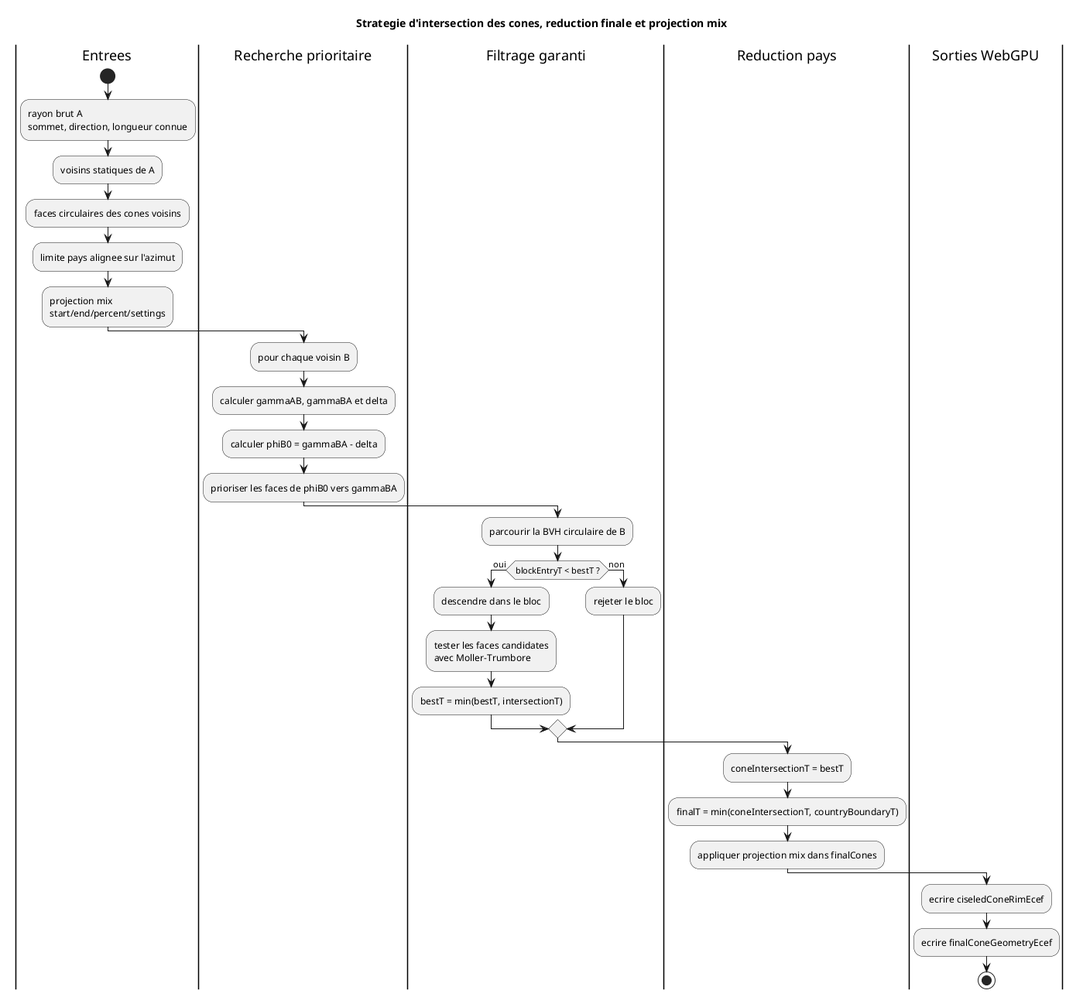
Above: docs/diagrams/precompute/10-cone-intersection-strategy.png in kaktus40/shriveling_world (PlantUML), before the change.
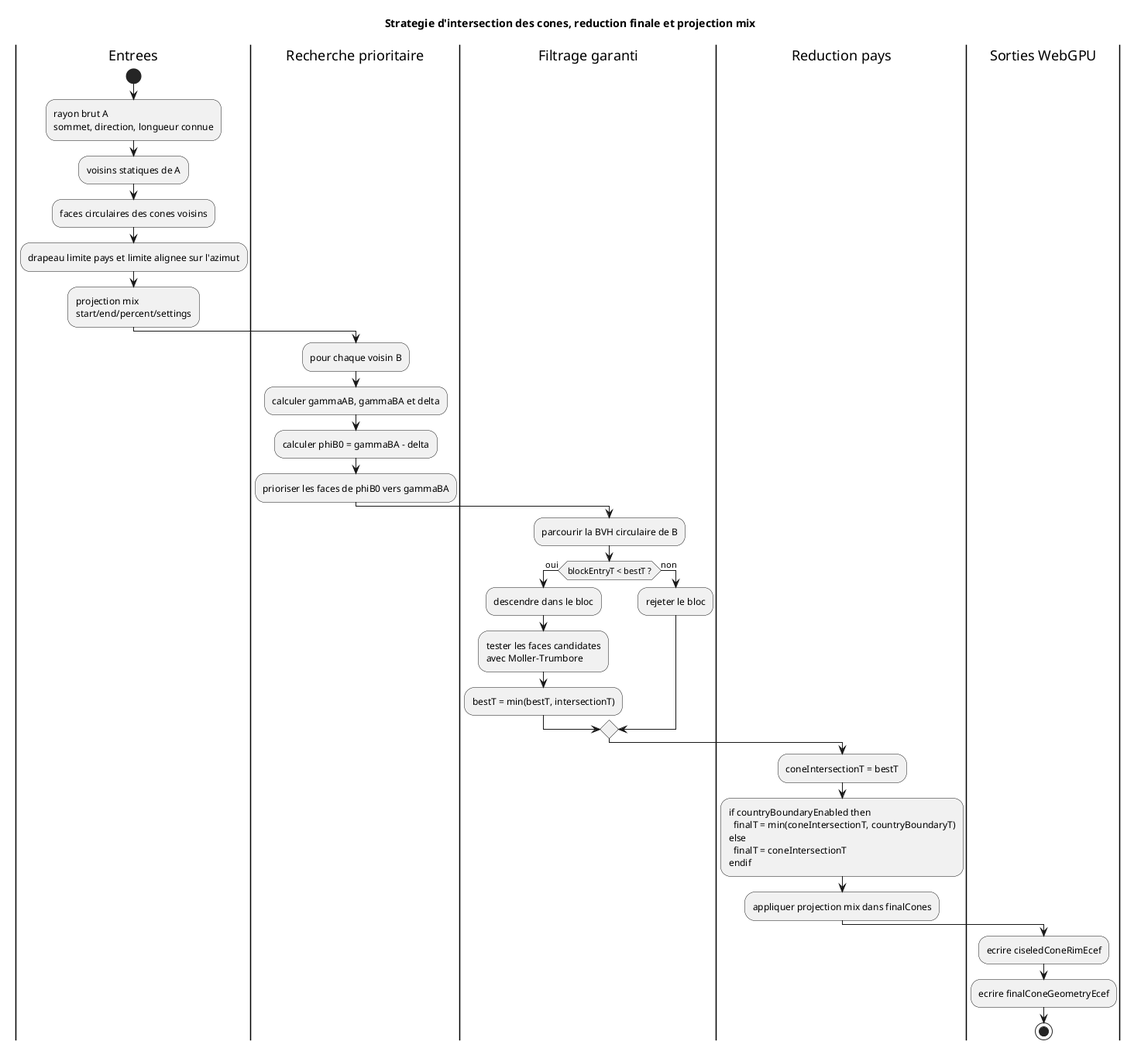
The same file after the commit.

The edit, as a diff of the source:
```diff
@@ -6,7 +6,7 @@
 :rayon brut A\nsommet, direction, longueur connue;
 :voisins statiques de A;
 :faces circulaires des cones voisins;
-:limite pays alignee sur l'azimut;
+:drapeau limite pays et limite alignee sur l'azimut;
 :projection mix\nstart/end/percent/settings;
 
 |Recherche prioritaire|
@@ -27,7 +27,7 @@
 
 |Reduction pays|
 :coneIntersectionT = bestT;
-:finalT = min(coneIntersectionT, countryBoundaryT);
+:if countryBoundaryEnabled then\n  finalT = min(coneIntersectionT, countryBoundaryT)\nelse\n  finalT = coneIntersectionT\nendif;
 :appliquer projection mix dans finalCones;
 
 |Sorties WebGPU|
```
